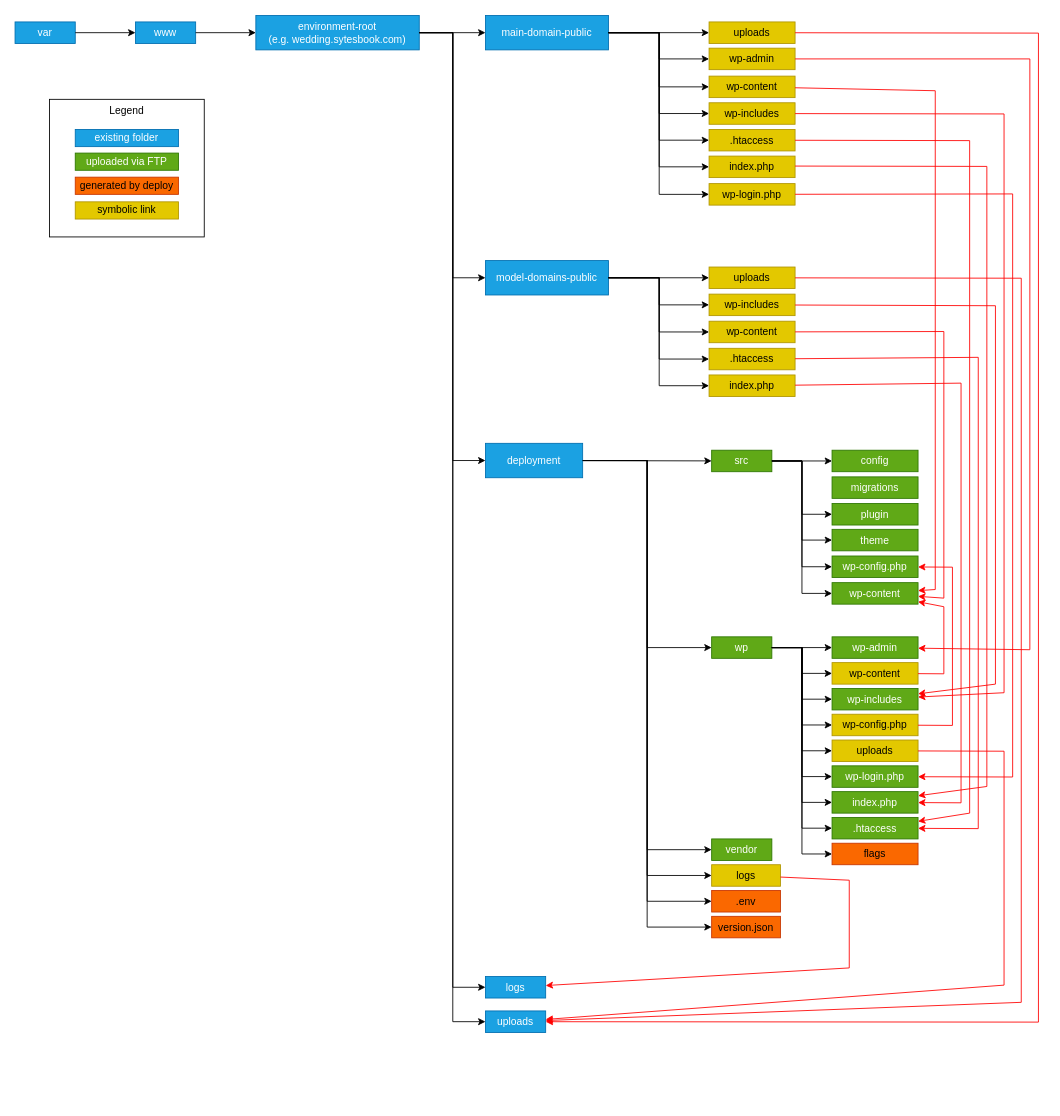
Above: docs/sytesbook.wpwedding.deploy.drawio in dkuratowski/sytesbook-wpwedding-deploy (draw.io), before the change. Source tidied: cells renumbered, new cells numbered last; positions are measured from the earlier drawing's top-left corner, leaving out a move shared by most shapes. Both pictures are drawn from the tidied source at 86%, with x=0, y=0 at pixel (15, 15).
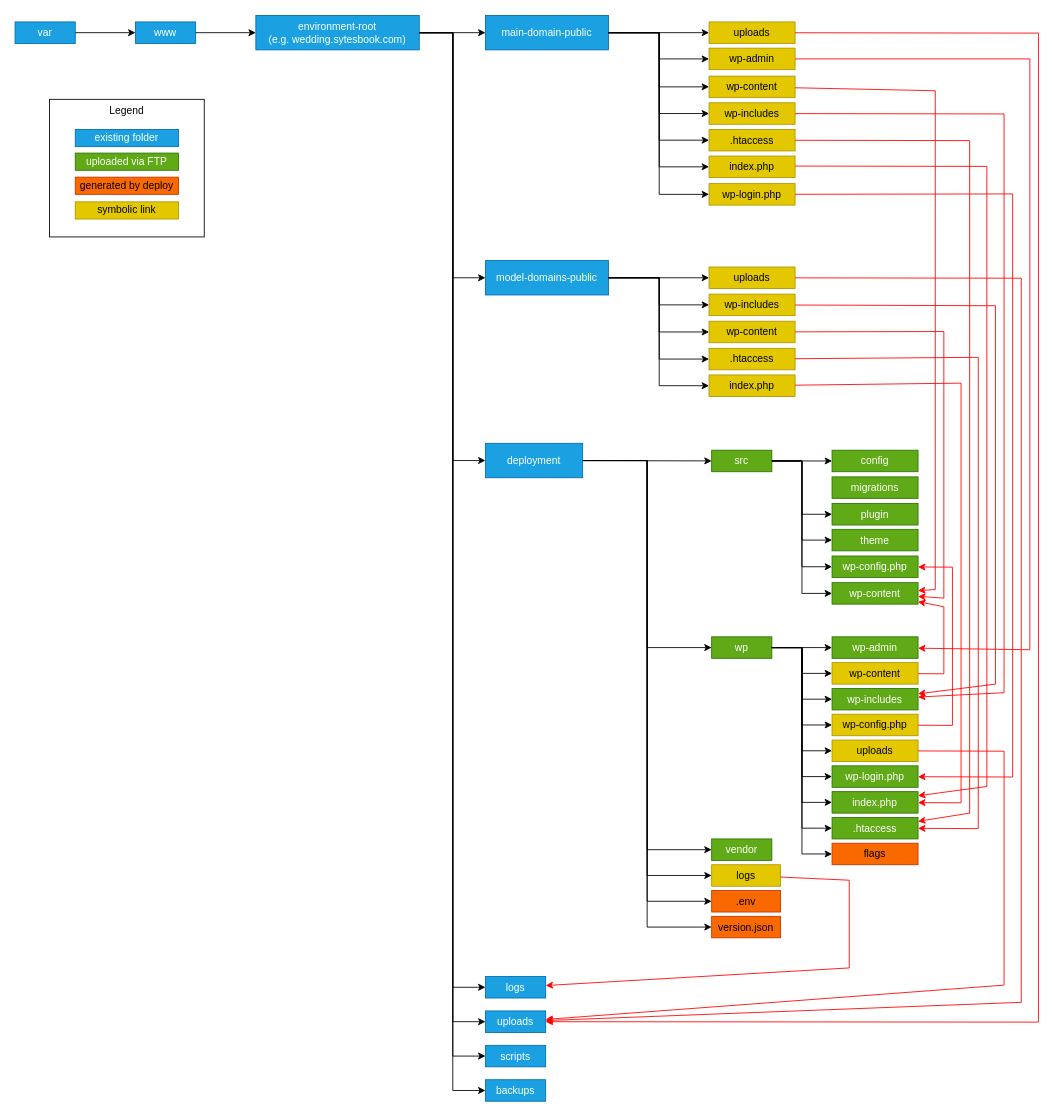
Above is the later version.

Commit message (it also covers changes not shown here):
Updated directory structure description

Unchanged cells that the change refers to:
```xml
<mxCell id="18" value="environment-root&lt;br&gt;(e.g. wedding.sytesbook.com)" style="rounded=0;whiteSpace=wrap;html=1;fillColor=#1ba1e2;fontColor=#ffffff;strokeColor=#006EAF;" parent="1" vertex="1">
  <mxGeometry x="280" y="0.5" width="190" height="40" as="geometry" />
</mxCell>
```

What changed in the source:
```diff
@@
+    <mxCell id="104" value="scripts" style="rounded=0;whiteSpace=wrap;html=1;fillColor=#1ba1e2;fontColor=#ffffff;strokeColor=#006EAF;" parent="1" vertex="1">
+      <mxGeometry x="547" y="1198" width="70" height="25" as="geometry" />
+    </mxCell>
+    <mxCell id="105" value="backups" style="rounded=0;whiteSpace=wrap;html=1;fillColor=#1ba1e2;fontColor=#ffffff;strokeColor=#006EAF;" parent="1" vertex="1">
+      <mxGeometry x="547" y="1238" width="70" height="25" as="geometry" />
+    </mxCell>
+    <mxCell id="106" style="endArrow=classic;html=1;rounded=0;edgeStyle=elbowEdgeStyle;" parent="1" edge="1" source="18" target="104">
+      <mxGeometry relative="1" as="geometry" />
+    </mxCell>
+    <mxCell id="107" style="endArrow=classic;html=1;rounded=0;edgeStyle=elbowEdgeStyle;" parent="1" edge="1" source="18" target="105">
+      <mxGeometry relative="1" as="geometry" />
+    </mxCell>
```
